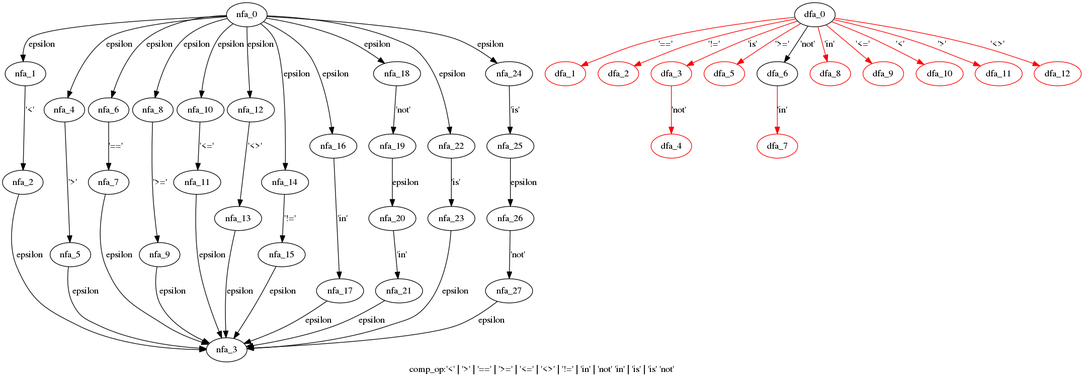
WinChua/blog keeps this Graphviz diagram as cpython/grammar/handwrite/nfa_dfas/58.comp_op.dot.png. Above is the earlier version. Its source is kept beside it as cpython/grammar/handwrite/nfa_dfas/58.comp_op.dot.
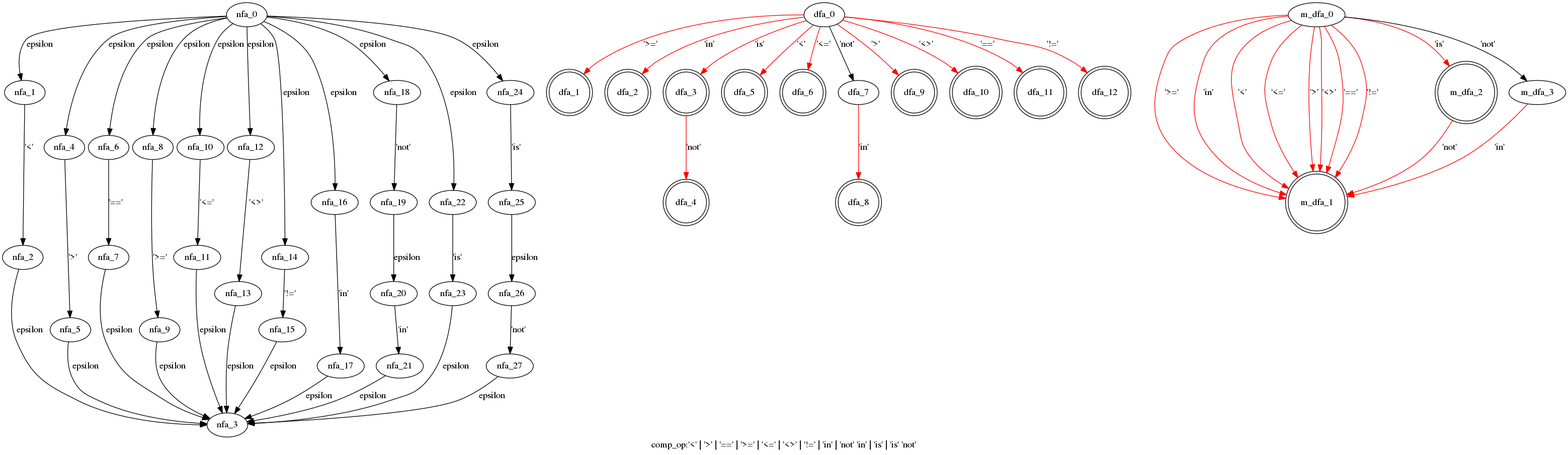
The same file after the commit.

Diff of the diagram source:
```diff
@@ -40,28 +40,44 @@
   nfa_27->nfa_3[label="epsilon"]
   }
  subgraph comp_op_dfa {
-  dfa_0->dfa_1[label="'=='",color=red]
-  dfa_0->dfa_2[label="'!='",color=red]
+  dfa_0->dfa_1[label="'>='",color=red]
+  dfa_0->dfa_2[label="'in'",color=red]
   dfa_0->dfa_3[label="'is'",color=red]
   dfa_3->dfa_4[label="'not'",color=red]
-  dfa_0->dfa_5[label="'>='",color=red]
-  dfa_0->dfa_6[label="'not'"]
-  dfa_6->dfa_7[label="'in'",color=red]
-  dfa_0->dfa_8[label="'in'",color=red]
-  dfa_0->dfa_9[label="'<='",color=red]
-  dfa_0->dfa_10[label="'<'",color=red]
-  dfa_0->dfa_11[label="'>'",color=red]
-  dfa_0->dfa_12[label="'<>'",color=red]
-  dfa_1[color=red]
-  dfa_2[color=red]
-  dfa_3[color=red]
-  dfa_4[color=red]
-  dfa_5[color=red]
-  dfa_7[color=red]
-  dfa_8[color=red]
-  dfa_9[color=red]
-  dfa_10[color=red]
-  dfa_11[color=red]
-  dfa_12[color=red]
+  dfa_0->dfa_5[label="'<'",color=red]
+  dfa_0->dfa_6[label="'<='",color=red]
+  dfa_0->dfa_7[label="'not'"]
+  dfa_7->dfa_8[label="'in'",color=red]
+  dfa_0->dfa_9[label="'>'",color=red]
+  dfa_0->dfa_10[label="'<>'",color=red]
+  dfa_0->dfa_11[label="'=='",color=red]
+  dfa_0->dfa_12[label="'!='",color=red]
+  dfa_1[shape=doublecircle]
+  dfa_2[shape=doublecircle]
+  dfa_3[shape=doublecircle]
+  dfa_4[shape=doublecircle]
+  dfa_5[shape=doublecircle]
+  dfa_6[shape=doublecircle]
+  dfa_8[shape=doublecircle]
+  dfa_9[shape=doublecircle]
+  dfa_10[shape=doublecircle]
+  dfa_11[shape=doublecircle]
+  dfa_12[shape=doublecircle]
+  }
+ subgraph comp_op_m_dfa {
+  m_dfa_0->m_dfa_1[label="'>='",color=red]
+  m_dfa_0->m_dfa_1[label="'in'",color=red]
+  m_dfa_0->m_dfa_1[label="'<'",color=red]
+  m_dfa_0->m_dfa_1[label="'<='",color=red]
+  m_dfa_0->m_dfa_1[label="'>'",color=red]
+  m_dfa_0->m_dfa_1[label="'<>'",color=red]
+  m_dfa_0->m_dfa_1[label="'=='",color=red]
+  m_dfa_0->m_dfa_1[label="'!='",color=red]
+  m_dfa_0->m_dfa_2[label="'is'",color=red]
+  m_dfa_2->m_dfa_1[label="'not'",color=red]
+  m_dfa_0->m_dfa_3[label="'not'"]
+  m_dfa_3->m_dfa_1[label="'in'",color=red]
+  m_dfa_1[shape=doublecircle]
+  m_dfa_2[shape=doublecircle]
   }
 }
```
